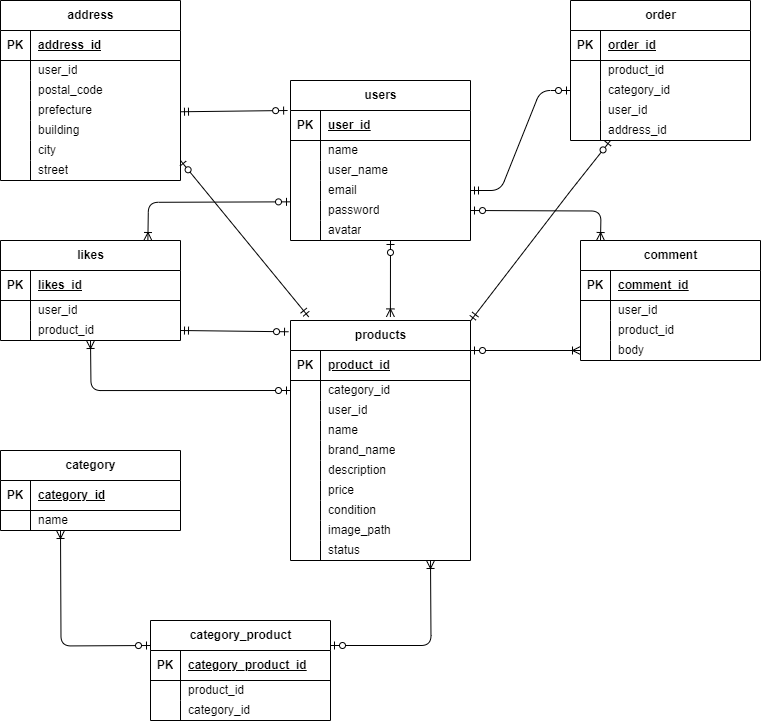
Earlier version of the draw.io export src/resources/views/readme.drawio.png (satou-akemi/flea-Market-App). Source tidied: cells renumbered, new cells last; positions are measured from the earlier drawing's top-left corner, leaving out a move shared by most shapes.
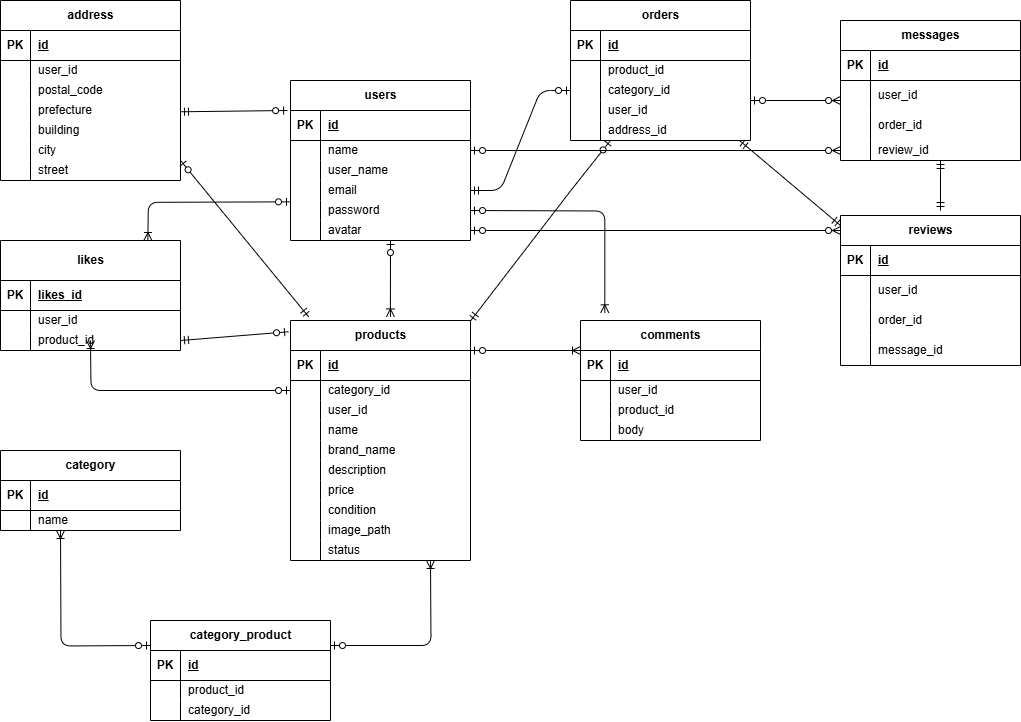
Later version of the same file.

Diff of the diagram source:
```diff
@@ -11,7 +11,7 @@
     <mxCell id="4" value="PK" style="shape=partialRectangle;fillColor=none;top=0;left=0;bottom=0;right=0;fontStyle=1;overflow=hidden;whiteSpace=wrap;html=1;" parent="3" vertex="1">
       <mxGeometry width="30" height="30" as="geometry" />
     </mxCell>
-    <mxCell id="5" value="product_id" style="shape=partialRectangle;fillColor=none;top=0;left=0;bottom=0;right=0;align=left;spacingLeft=6;fontStyle=5;overflow=hidden;whiteSpace=wrap;html=1;" parent="3" vertex="1">
+    <mxCell id="5" value="id" style="shape=partialRectangle;fillColor=none;top=0;left=0;bottom=0;right=0;align=left;spacingLeft=6;fontStyle=5;overflow=hidden;whiteSpace=wrap;html=1;" parent="3" vertex="1">
       <mxGeometry x="30" width="150" height="30" as="geometry" />
     </mxCell>
     <mxCell id="6" style="shape=tableRow;horizontal=0;startSize=0;swimlaneHead=0;swimlaneBody=0;fillColor=none;points=[[0,0.5],[1,0.5]];portConstraint=eastwest;top=0;left=0;right=0;bottom=0;" parent="2" vertex="1">
@@ -95,11 +95,11 @@
     <mxCell id="32" value="status" style="shape=partialRectangle;fillColor=none;top=0;left=0;bottom=0;right=0;align=left;spacingLeft=6;overflow=hidden;whiteSpace=wrap;html=1;" parent="30" vertex="1">
       <mxGeometry x="30" width="150" height="20" as="geometry" />
     </mxCell>
-    <mxCell id="33" value="likes" style="shape=table;startSize=30;rowLines=0;fontStyle=1;align=center;html=1;" parent="1" vertex="1">
-      <mxGeometry y="240" width="180" height="100" as="geometry" />
+    <mxCell id="33" value="likes" style="shape=table;startSize=40;rowLines=0;fontStyle=1;align=center;html=1;" parent="1" vertex="1">
+      <mxGeometry y="240" width="180" height="110" as="geometry" />
     </mxCell>
     <mxCell id="34" style="shape=tableRow;horizontal=0;startSize=0;swimlaneHead=0;swimlaneBody=0;fillColor=none;top=0;left=0;right=0;bottom=1;" parent="33" vertex="1">
-      <mxGeometry y="30" width="180" height="30" as="geometry" />
+      <mxGeometry y="40" width="180" height="30" as="geometry" />
     </mxCell>
     <mxCell id="35" value="PK" style="shape=partialRectangle;fillColor=none;top=0;left=0;bottom=0;right=0;fontStyle=1;overflow=hidden;whiteSpace=wrap;html=1;" parent="34" vertex="1">
       <mxGeometry width="30" height="30" as="geometry" />
@@ -108,7 +108,7 @@
       <mxGeometry x="30" width="150" height="30" as="geometry" />
     </mxCell>
     <mxCell id="37" style="shape=tableRow;horizontal=0;startSize=0;swimlaneHead=0;swimlaneBody=0;fillColor=none;top=0;left=0;right=0;bottom=0;" parent="33" vertex="1">
-      <mxGeometry y="60" width="180" height="20" as="geometry" />
+      <mxGeometry y="70" width="180" height="20" as="geometry" />
     </mxCell>
     <mxCell id="38" style="shape=partialRectangle;fillColor=none;top=0;left=0;bottom=0;right=0;overflow=hidden;whiteSpace=wrap;html=1;" parent="37" vertex="1">
       <mxGeometry width="30" height="20" as="geometry" />
@@ -117,7 +117,7 @@
       <mxGeometry x="30" width="150" height="20" as="geometry" />
     </mxCell>
     <mxCell id="40" style="shape=tableRow;horizontal=0;startSize=0;swimlaneHead=0;swimlaneBody=0;fillColor=none;points=[[0,0.5],[1,0.5]];portConstraint=eastwest;top=0;left=0;right=0;bottom=0;" parent="33" vertex="1">
-      <mxGeometry y="80" width="180" height="20" as="geometry" />
+      <mxGeometry y="90" width="180" height="20" as="geometry" />
     </mxCell>
     <mxCell id="41" style="shape=partialRectangle;fillColor=none;top=0;left=0;bottom=0;right=0;overflow=hidden;whiteSpace=wrap;html=1;" parent="40" vertex="1">
       <mxGeometry width="30" height="20" as="geometry" />
@@ -125,8 +125,8 @@
     <mxCell id="42" value="product_id" style="shape=partialRectangle;fillColor=none;top=0;left=0;bottom=0;right=0;align=left;spacingLeft=6;overflow=hidden;whiteSpace=wrap;html=1;" parent="40" vertex="1">
       <mxGeometry x="30" width="150" height="20" as="geometry" />
     </mxCell>
-    <mxCell id="43" value="comment" style="shape=table;startSize=30;rowLines=0;fontStyle=1;align=center;html=1;" parent="1" vertex="1">
-      <mxGeometry x="580" y="240" width="180" height="120" as="geometry" />
+    <mxCell id="43" value="comments" style="shape=table;startSize=30;rowLines=0;fontStyle=1;align=center;html=1;" parent="1" vertex="1">
+      <mxGeometry x="580" y="320" width="180" height="120" as="geometry" />
     </mxCell>
     <mxCell id="44" style="shape=tableRow;horizontal=0;startSize=0;swimlaneHead=0;swimlaneBody=0;fillColor=none;top=0;left=0;right=0;bottom=1;" parent="43" vertex="1">
       <mxGeometry y="30" width="180" height="30" as="geometry" />
@@ -134,7 +134,7 @@
     <mxCell id="45" value="PK" style="shape=partialRectangle;fillColor=none;top=0;left=0;bottom=0;right=0;fontStyle=1;overflow=hidden;whiteSpace=wrap;html=1;" parent="44" vertex="1">
       <mxGeometry width="30" height="30" as="geometry" />
     </mxCell>
-    <mxCell id="46" value="comment_id" style="shape=partialRectangle;fillColor=none;top=0;left=0;bottom=0;right=0;align=left;spacingLeft=6;fontStyle=5;overflow=hidden;whiteSpace=wrap;html=1;" parent="44" vertex="1">
+    <mxCell id="46" value="id" style="shape=partialRectangle;fillColor=none;top=0;left=0;bottom=0;right=0;align=left;spacingLeft=6;fontStyle=5;overflow=hidden;whiteSpace=wrap;html=1;" parent="44" vertex="1">
       <mxGeometry x="30" width="150" height="30" as="geometry" />
     </mxCell>
     <mxCell id="47" style="shape=tableRow;horizontal=0;startSize=0;swimlaneHead=0;swimlaneBody=0;fillColor=none;top=0;left=0;right=0;bottom=0;" parent="43" vertex="1">
@@ -173,7 +173,7 @@
     <mxCell id="58" value="PK" style="shape=partialRectangle;fillColor=none;top=0;left=0;bottom=0;right=0;fontStyle=1;overflow=hidden;whiteSpace=wrap;html=1;" parent="57" vertex="1">
       <mxGeometry width="30" height="30" as="geometry" />
     </mxCell>
-    <mxCell id="59" value="user_id" style="shape=partialRectangle;fillColor=none;top=0;left=0;bottom=0;right=0;align=left;spacingLeft=6;fontStyle=5;overflow=hidden;whiteSpace=wrap;html=1;" parent="57" vertex="1">
+    <mxCell id="59" value="id" style="shape=partialRectangle;fillColor=none;top=0;left=0;bottom=0;right=0;align=left;spacingLeft=6;fontStyle=5;overflow=hidden;whiteSpace=wrap;html=1;" parent="57" vertex="1">
       <mxGeometry x="30" width="150" height="30" as="geometry" />
     </mxCell>
     <mxCell id="60" style="shape=tableRow;horizontal=0;startSize=0;swimlaneHead=0;swimlaneBody=0;fillColor=none;top=0;left=0;right=0;bottom=0;" parent="56" vertex="1">
@@ -230,7 +230,7 @@
     <mxCell id="77" value="PK" style="shape=partialRectangle;fillColor=none;top=0;left=0;bottom=0;right=0;fontStyle=1;overflow=hidden;whiteSpace=wrap;html=1;" parent="76" vertex="1">
       <mxGeometry width="30" height="30" as="geometry" />
     </mxCell>
-    <mxCell id="78" value="category_id" style="shape=partialRectangle;fillColor=none;top=0;left=0;bottom=0;right=0;align=left;spacingLeft=6;fontStyle=5;overflow=hidden;whiteSpace=wrap;html=1;" parent="76" vertex="1">
+    <mxCell id="78" value="id" style="shape=partialRectangle;fillColor=none;top=0;left=0;bottom=0;right=0;align=left;spacingLeft=6;fontStyle=5;overflow=hidden;whiteSpace=wrap;html=1;" parent="76" vertex="1">
       <mxGeometry x="30" width="150" height="30" as="geometry" />
     </mxCell>
     <mxCell id="79" style="shape=tableRow;horizontal=0;startSize=0;swimlaneHead=0;swimlaneBody=0;fillColor=none;top=0;left=0;right=0;bottom=0;" parent="75" vertex="1">
@@ -251,7 +251,7 @@
     <mxCell id="84" value="PK" style="shape=partialRectangle;fillColor=none;top=0;left=0;bottom=0;right=0;fontStyle=1;overflow=hidden;whiteSpace=wrap;html=1;" parent="83" vertex="1">
       <mxGeometry width="30" height="30" as="geometry" />
     </mxCell>
-    <mxCell id="85" value="category_product_id" style="shape=partialRectangle;fillColor=none;top=0;left=0;bottom=0;right=0;align=left;spacingLeft=6;fontStyle=5;overflow=hidden;whiteSpace=wrap;html=1;" parent="83" vertex="1">
+    <mxCell id="85" value="id" style="shape=partialRectangle;fillColor=none;top=0;left=0;bottom=0;right=0;align=left;spacingLeft=6;fontStyle=5;overflow=hidden;whiteSpace=wrap;html=1;" parent="83" vertex="1">
       <mxGeometry x="30" width="150" height="30" as="geometry" />
     </mxCell>
     <mxCell id="86" style="shape=tableRow;horizontal=0;startSize=0;swimlaneHead=0;swimlaneBody=0;fillColor=none;top=0;left=0;right=0;bottom=0;" parent="82" vertex="1">
@@ -281,7 +281,7 @@
     <mxCell id="94" value="PK" style="shape=partialRectangle;fillColor=none;top=0;left=0;bottom=0;right=0;fontStyle=1;overflow=hidden;whiteSpace=wrap;html=1;" parent="93" vertex="1">
       <mxGeometry width="30" height="30" as="geometry" />
     </mxCell>
-    <mxCell id="95" value="address_id" style="shape=partialRectangle;fillColor=none;top=0;left=0;bottom=0;right=0;align=left;spacingLeft=6;fontStyle=5;overflow=hidden;whiteSpace=wrap;html=1;" parent="93" vertex="1">
+    <mxCell id="95" value="id" style="shape=partialRectangle;fillColor=none;top=0;left=0;bottom=0;right=0;align=left;spacingLeft=6;fontStyle=5;overflow=hidden;whiteSpace=wrap;html=1;" parent="93" vertex="1">
       <mxGeometry x="30" width="150" height="30" as="geometry" />
     </mxCell>
     <mxCell id="96" style="shape=tableRow;horizontal=0;startSize=0;swimlaneHead=0;swimlaneBody=0;fillColor=none;top=0;left=0;right=0;bottom=0;" parent="92" vertex="1">
@@ -338,7 +338,7 @@
     <mxCell id="113" value="street" style="shape=partialRectangle;fillColor=none;top=0;left=0;bottom=0;right=0;align=left;spacingLeft=6;overflow=hidden;whiteSpace=wrap;html=1;" parent="111" vertex="1">
       <mxGeometry x="30" width="150" height="20" as="geometry" />
     </mxCell>
-    <mxCell id="114" value="order" style="shape=table;startSize=30;rowLines=0;fontStyle=1;align=center;html=1;" parent="1" vertex="1">
+    <mxCell id="114" value="orders" style="shape=table;startSize=30;rowLines=0;fontStyle=1;align=center;html=1;" parent="1" vertex="1">
       <mxGeometry x="570" width="180" height="140" as="geometry" />
     </mxCell>
     <mxCell id="115" style="shape=tableRow;horizontal=0;startSize=0;swimlaneHead=0;swimlaneBody=0;fillColor=none;top=0;left=0;right=0;bottom=1;" parent="114" vertex="1">
@@ -347,7 +347,7 @@
     <mxCell id="116" value="PK" style="shape=partialRectangle;fillColor=none;top=0;left=0;bottom=0;right=0;fontStyle=1;overflow=hidden;whiteSpace=wrap;html=1;" parent="115" vertex="1">
       <mxGeometry width="30" height="30" as="geometry" />
     </mxCell>
-    <mxCell id="117" value="order_id" style="shape=partialRectangle;fillColor=none;top=0;left=0;bottom=0;right=0;align=left;spacingLeft=6;fontStyle=5;overflow=hidden;whiteSpace=wrap;html=1;" parent="115" vertex="1">
+    <mxCell id="117" value="id" style="shape=partialRectangle;fillColor=none;top=0;left=0;bottom=0;right=0;align=left;spacingLeft=6;fontStyle=5;overflow=hidden;whiteSpace=wrap;html=1;" parent="115" vertex="1">
       <mxGeometry x="30" width="150" height="30" as="geometry" />
     </mxCell>
     <mxCell id="118" style="shape=tableRow;horizontal=0;startSize=0;swimlaneHead=0;swimlaneBody=0;fillColor=none;top=0;left=0;right=0;bottom=0;" parent="114" vertex="1">
@@ -425,10 +425,9 @@
         <mxPoint x="430" y="560" as="targetPoint" />
       </mxGeometry>
     </mxCell>
-    <mxCell id="137" style="fontSize=12;html=1;endArrow=ERoneToMany;startArrow=ERzeroToOne;exitX=1;exitY=0.5;exitDx=0;exitDy=0;edgeStyle=orthogonalEdgeStyle;" parent="1" edge="1">
+    <mxCell id="137" style="fontSize=12;html=1;endArrow=ERoneToMany;startArrow=ERzeroToOne;exitX=1;exitY=0.5;exitDx=0;exitDy=0;edgeStyle=orthogonalEdgeStyle;entryX=0.135;entryY=-0.064;entryDx=0;entryDy=0;entryPerimeter=0;" parent="1" edge="1" target="43">
       <mxGeometry relative="1" as="geometry">
         <mxPoint x="470" y="210" as="sourcePoint" />
-        <mxPoint x="600" y="240" as="targetPoint" />
       </mxGeometry>
     </mxCell>
     <mxCell id="138" style="fontSize=12;html=1;endArrow=ERoneToMany;startArrow=ERzeroToOne;" parent="1" edge="1">
@@ -452,5 +451,113 @@
         </Array>
       </mxGeometry>
     </mxCell>
+    <mxCell id="142" value="messages" style="shape=table;startSize=30;rowLines=0;fontStyle=1;align=center;html=1;" parent="1" vertex="1">
+      <mxGeometry x="840" y="20" width="180" height="140" as="geometry" />
+    </mxCell>
+    <mxCell id="143" style="shape=tableRow;horizontal=0;startSize=0;swimlaneHead=0;swimlaneBody=0;fillColor=none;top=0;left=0;right=0;bottom=1;" parent="142" vertex="1">
+      <mxGeometry y="30" width="180" height="30" as="geometry" />
+    </mxCell>
+    <mxCell id="144" value="PK" style="shape=partialRectangle;fillColor=none;top=0;left=0;bottom=0;right=0;fontStyle=1;overflow=hidden;whiteSpace=wrap;html=1;" parent="143" vertex="1">
+      <mxGeometry width="30" height="30" as="geometry" />
+    </mxCell>
+    <mxCell id="145" value="id" style="shape=partialRectangle;fillColor=none;top=0;left=0;bottom=0;right=0;align=left;spacingLeft=6;fontStyle=5;overflow=hidden;whiteSpace=wrap;html=1;" parent="143" vertex="1">
+      <mxGeometry x="30" width="150" height="30" as="geometry" />
+    </mxCell>
+    <mxCell id="146" style="shape=tableRow;horizontal=0;startSize=0;swimlaneHead=0;swimlaneBody=0;fillColor=none;top=0;left=0;right=0;bottom=0;" parent="142" vertex="1">
+      <mxGeometry y="60" width="180" height="30" as="geometry" />
+    </mxCell>
+    <mxCell id="147" style="shape=partialRectangle;fillColor=none;top=0;left=0;bottom=0;right=0;overflow=hidden;whiteSpace=wrap;html=1;" parent="146" vertex="1">
+      <mxGeometry width="30" height="30" as="geometry" />
+    </mxCell>
+    <mxCell id="148" value="user_id" style="shape=partialRectangle;fillColor=none;top=0;left=0;bottom=0;right=0;align=left;spacingLeft=6;overflow=hidden;whiteSpace=wrap;html=1;" parent="146" vertex="1">
+      <mxGeometry x="30" width="150" height="30" as="geometry" />
+    </mxCell>
+    <mxCell id="149" style="shape=tableRow;horizontal=0;startSize=0;swimlaneHead=0;swimlaneBody=0;fillColor=none;top=0;left=0;right=0;bottom=0;" parent="142" vertex="1">
+      <mxGeometry y="90" width="180" height="30" as="geometry" />
+    </mxCell>
+    <mxCell id="150" style="shape=partialRectangle;fillColor=none;top=0;left=0;bottom=0;right=0;overflow=hidden;whiteSpace=wrap;html=1;" parent="149" vertex="1">
+      <mxGeometry width="30" height="30" as="geometry" />
+    </mxCell>
+    <mxCell id="151" value="order_id" style="shape=partialRectangle;fillColor=none;top=0;left=0;bottom=0;right=0;align=left;spacingLeft=6;overflow=hidden;whiteSpace=wrap;html=1;" parent="149" vertex="1">
+      <mxGeometry x="30" width="150" height="30" as="geometry" />
+    </mxCell>
+    <mxCell id="152" style="shape=tableRow;horizontal=0;startSize=0;swimlaneHead=0;swimlaneBody=0;fillColor=none;top=0;left=0;right=0;bottom=0;" parent="142" vertex="1">
+      <mxGeometry y="120" width="180" height="20" as="geometry" />
+    </mxCell>
+    <mxCell id="153" style="shape=partialRectangle;fillColor=none;top=0;left=0;bottom=0;right=0;overflow=hidden;whiteSpace=wrap;html=1;" parent="152" vertex="1">
+      <mxGeometry width="30" height="20" as="geometry" />
+    </mxCell>
+    <mxCell id="154" value="review_id" style="shape=partialRectangle;fillColor=none;top=0;left=0;bottom=0;right=0;align=left;spacingLeft=6;overflow=hidden;whiteSpace=wrap;html=1;" parent="152" vertex="1">
+      <mxGeometry x="30" width="150" height="20" as="geometry" />
+    </mxCell>
+    <mxCell id="155" style="fontSize=12;html=1;endArrow=ERzeroToMany;startArrow=ERzeroToOne;" parent="1" edge="1">
+      <mxGeometry relative="1" as="geometry">
+        <mxPoint x="470" y="230" as="sourcePoint" />
+        <mxPoint x="840" y="230" as="targetPoint" />
+      </mxGeometry>
+    </mxCell>
+    <mxCell id="156" value="reviews" style="shape=table;startSize=30;rowLines=0;fontStyle=1;align=center;html=1;" parent="1" vertex="1">
+      <mxGeometry x="840" y="215" width="180" height="150" as="geometry" />
+    </mxCell>
+    <mxCell id="157" style="shape=tableRow;horizontal=0;startSize=0;swimlaneHead=0;swimlaneBody=0;fillColor=none;top=0;left=0;right=0;bottom=1;" parent="156" vertex="1">
+      <mxGeometry y="30" width="180" height="30" as="geometry" />
+    </mxCell>
+    <mxCell id="158" value="PK" style="shape=partialRectangle;fillColor=none;top=0;left=0;bottom=0;right=0;fontStyle=1;overflow=hidden;whiteSpace=wrap;html=1;" parent="157" vertex="1">
+      <mxGeometry width="30" height="30" as="geometry" />
+    </mxCell>
+    <mxCell id="159" value="id" style="shape=partialRectangle;fillColor=none;top=0;left=0;bottom=0;right=0;align=left;spacingLeft=6;fontStyle=5;overflow=hidden;whiteSpace=wrap;html=1;" parent="157" vertex="1">
+      <mxGeometry x="30" width="150" height="30" as="geometry" />
+    </mxCell>
+    <mxCell id="160" style="shape=tableRow;horizontal=0;startSize=0;swimlaneHead=0;swimlaneBody=0;fillColor=none;top=0;left=0;right=0;bottom=0;" parent="156" vertex="1">
+      <mxGeometry y="60" width="180" height="30" as="geometry" />
+    </mxCell>
+    <mxCell id="161" style="shape=partialRectangle;fillColor=none;top=0;left=0;bottom=0;right=0;overflow=hidden;whiteSpace=wrap;html=1;" parent="160" vertex="1">
+      <mxGeometry width="30" height="30" as="geometry" />
+    </mxCell>
+    <mxCell id="162" value="user_id" style="shape=partialRectangle;fillColor=none;top=0;left=0;bottom=0;right=0;align=left;spacingLeft=6;overflow=hidden;whiteSpace=wrap;html=1;" parent="160" vertex="1">
+      <mxGeometry x="30" width="150" height="30" as="geometry" />
+    </mxCell>
+    <mxCell id="163" style="shape=tableRow;horizontal=0;startSize=0;swimlaneHead=0;swimlaneBody=0;fillColor=none;top=0;left=0;right=0;bottom=0;" parent="156" vertex="1">
+      <mxGeometry y="90" width="180" height="30" as="geometry" />
+    </mxCell>
+    <mxCell id="164" style="shape=partialRectangle;fillColor=none;top=0;left=0;bottom=0;right=0;overflow=hidden;whiteSpace=wrap;html=1;" parent="163" vertex="1">
+      <mxGeometry width="30" height="30" as="geometry" />
+    </mxCell>
+    <mxCell id="165" value="order_id" style="shape=partialRectangle;fillColor=none;top=0;left=0;bottom=0;right=0;align=left;spacingLeft=6;overflow=hidden;whiteSpace=wrap;html=1;" parent="163" vertex="1">
+      <mxGeometry x="30" width="150" height="30" as="geometry" />
+    </mxCell>
+    <mxCell id="166" style="shape=tableRow;horizontal=0;startSize=0;swimlaneHead=0;swimlaneBody=0;fillColor=none;top=0;left=0;right=0;bottom=0;" parent="156" vertex="1">
+      <mxGeometry y="120" width="180" height="30" as="geometry" />
+    </mxCell>
+    <mxCell id="167" style="shape=partialRectangle;fillColor=none;top=0;left=0;bottom=0;right=0;overflow=hidden;whiteSpace=wrap;html=1;" parent="166" vertex="1">
+      <mxGeometry width="30" height="30" as="geometry" />
+    </mxCell>
+    <mxCell id="168" value="message_id" style="shape=partialRectangle;fillColor=none;top=0;left=0;bottom=0;right=0;align=left;spacingLeft=6;overflow=hidden;whiteSpace=wrap;html=1;" parent="166" vertex="1">
+      <mxGeometry x="30" width="150" height="30" as="geometry" />
+    </mxCell>
+    <mxCell id="169" style="fontSize=12;html=1;endArrow=ERzeroToMany;startArrow=ERzeroToOne;" parent="1" edge="1">
+      <mxGeometry relative="1" as="geometry">
+        <mxPoint x="750" y="100" as="sourcePoint" />
+        <mxPoint x="840" y="100" as="targetPoint" />
+      </mxGeometry>
+    </mxCell>
+    <mxCell id="170" style="fontSize=12;html=1;endArrow=ERzeroToMany;startArrow=ERzeroToOne;" parent="1" edge="1">
+      <mxGeometry relative="1" as="geometry">
+        <mxPoint x="470" y="150" as="sourcePoint" />
+        <mxPoint x="840" y="150" as="targetPoint" />
+      </mxGeometry>
+    </mxCell>
+    <mxCell id="171" style="fontSize=12;html=1;endArrow=ERmandOne;startArrow=ERmandOne;" parent="1" edge="1">
+      <mxGeometry relative="1" as="geometry">
+        <mxPoint x="840" y="225" as="sourcePoint" />
+        <mxPoint x="739" y="140" as="targetPoint" />
+      </mxGeometry>
+    </mxCell>
+    <mxCell id="172" style="fontSize=12;html=1;endArrow=ERmandOne;startArrow=ERmandOne;" parent="1" edge="1">
+      <mxGeometry relative="1" as="geometry">
+        <mxPoint x="940" y="210" as="sourcePoint" />
+        <mxPoint x="940" y="160" as="targetPoint" />
+      </mxGeometry>
+    </mxCell>
   </root>
 </mxGraphModel>
```
